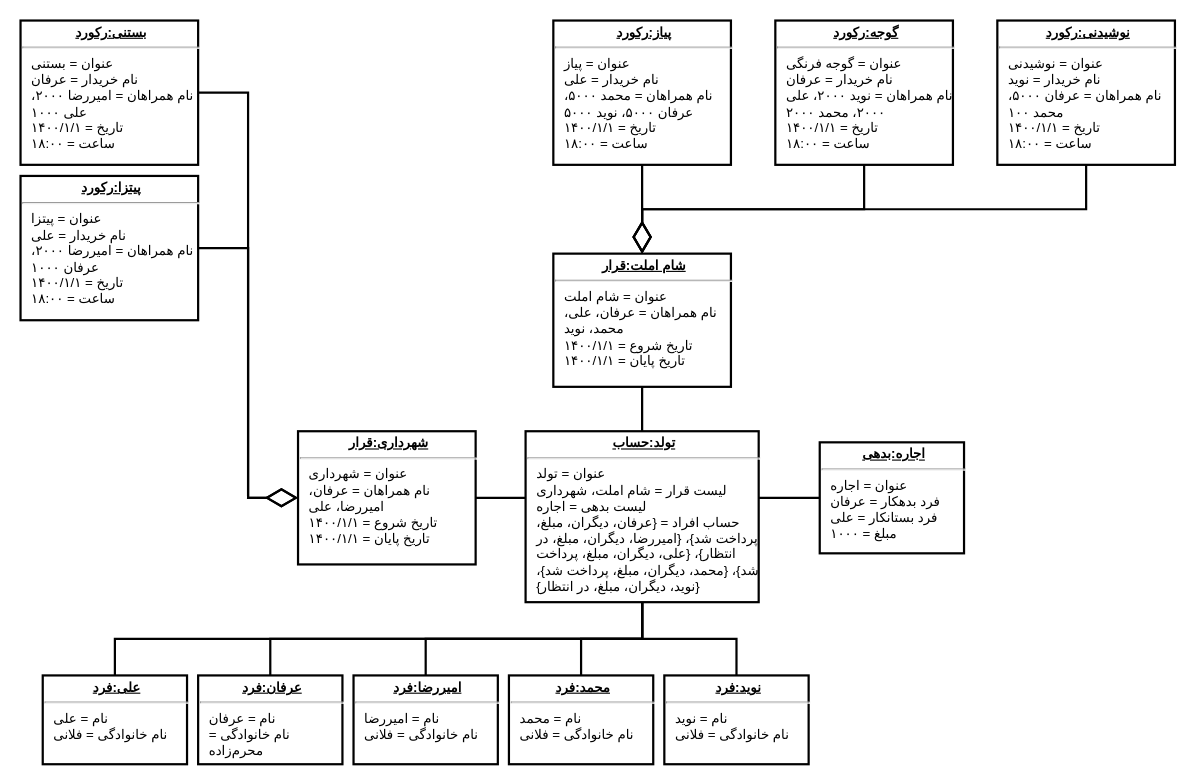
Above: page "Object" (2 of 14) of UML.drawio in moharamzadeh/lets-go-dutch (draw.io), before the change. Source tidied: cells renumbered, new cells numbered last; positions are measured from the earlier drawing's top-left corner, leaving out a move shared by most shapes. Both pictures are drawn from the tidied source at 111%, with x=0, y=0 at pixel (20, 20).
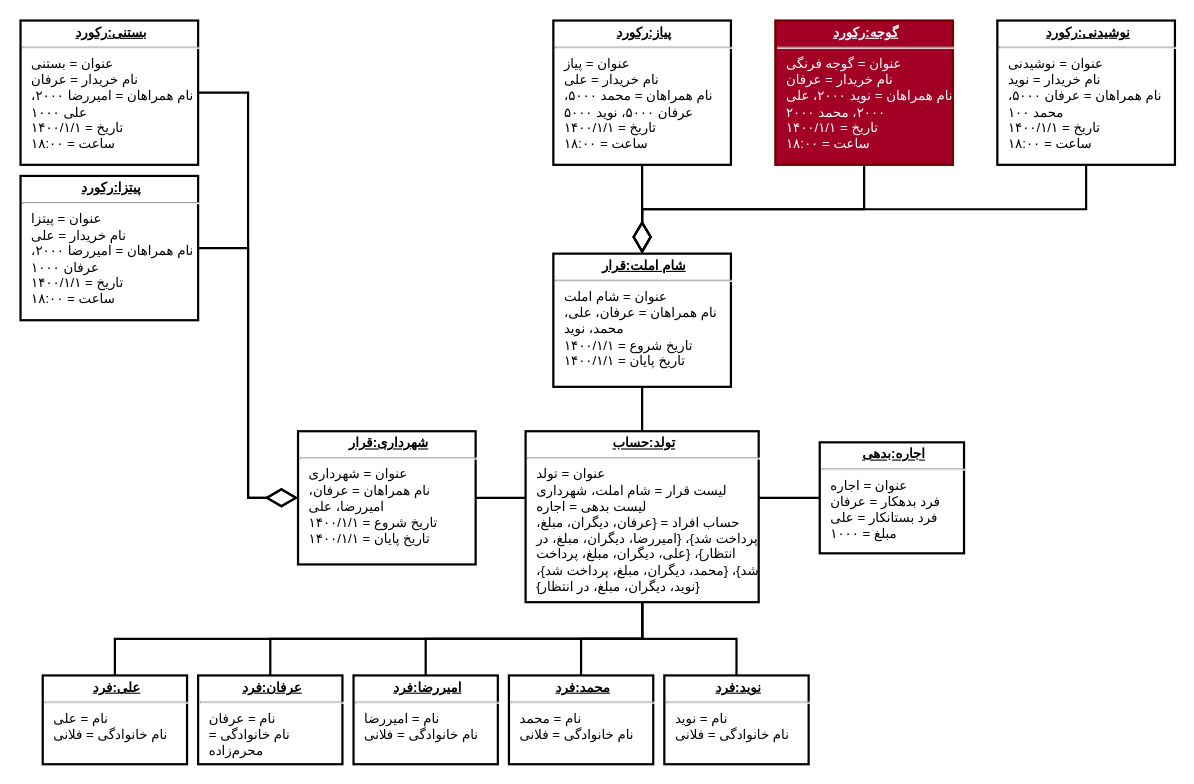
The same page after the edit.

Commit message:
change color Object: record Hesab Hamegani

What changed in the source:
```diff
@@
-    <mxCell id="8" value="&lt;p style=&quot;margin:0px;margin-top:4px;text-align:center;text-decoration:underline;&quot;&gt;&lt;b&gt;گوجه:رکورد&lt;/b&gt;&lt;/p&gt;&lt;hr&gt;&lt;p style=&quot;margin:0px;margin-left:8px;&quot;&gt;عنوان = گوجه فرنگی&lt;/p&gt;&lt;p style=&quot;margin:0px;margin-left:8px;&quot;&gt;نام خریدار = عرفان&lt;/p&gt;&lt;p style=&quot;margin:0px;margin-left:8px;&quot;&gt;نام همراهان = نوید ۲۰۰۰، علی ۲۰۰۰، محمد ۲۰۰۰&lt;/p&gt;&lt;p style=&quot;margin:0px;margin-left:8px;&quot;&gt;تاریخ = ۱۴۰۰/۱/۱&lt;/p&gt;&lt;p style=&quot;margin:0px;margin-left:8px;&quot;&gt;ساعت = ۱۸:۰۰&lt;/p&gt;" style="verticalAlign=top;align=left;overflow=fill;fontSize=12;fontFamily=Vazirmatn;html=1;textDirection=rtl;whiteSpace=wrap;strokeWidth=2;" parent="1" vertex="1">
+    <mxCell id="8" value="&lt;p style=&quot;margin:0px;margin-top:4px;text-align:center;text-decoration:underline;&quot;&gt;&lt;b&gt;گوجه:رکورد&lt;/b&gt;&lt;/p&gt;&lt;hr&gt;&lt;p style=&quot;margin:0px;margin-left:8px;&quot;&gt;عنوان = گوجه فرنگی&lt;/p&gt;&lt;p style=&quot;margin:0px;margin-left:8px;&quot;&gt;نام خریدار = عرفان&lt;/p&gt;&lt;p style=&quot;margin:0px;margin-left:8px;&quot;&gt;نام همراهان = نوید ۲۰۰۰، علی ۲۰۰۰، محمد ۲۰۰۰&lt;/p&gt;&lt;p style=&quot;margin:0px;margin-left:8px;&quot;&gt;تاریخ = ۱۴۰۰/۱/۱&lt;/p&gt;&lt;p style=&quot;margin:0px;margin-left:8px;&quot;&gt;ساعت = ۱۸:۰۰&lt;/p&gt;" style="verticalAlign=top;align=left;overflow=fill;fontSize=12;fontFamily=Vazirmatn;html=1;textDirection=rtl;whiteSpace=wrap;strokeWidth=2;fillColor=#a20025;fontColor=#ffffff;strokeColor=#6F0000;" parent="1" vertex="1">
       <mxGeometry x="680" width="160" height="130" as="geometry" />
     </mxCell>
```
